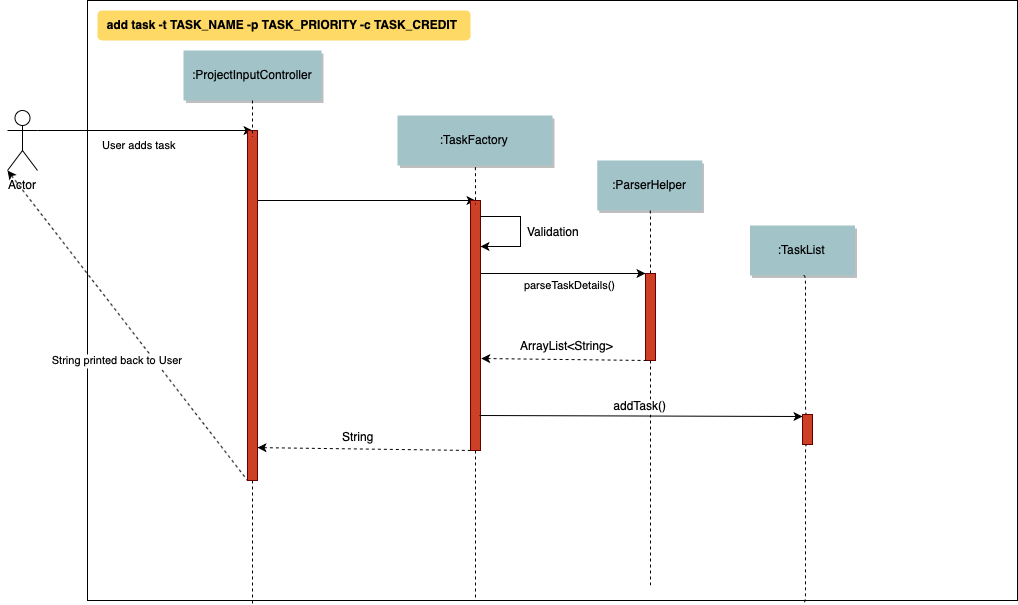
This is docs/images/sequenceDiagram/CreateTask_Sequence.png from nusCS2113-AY1920S1/PersonalAssistant-Duke, a draw.io export, as it was before one commit. Source tidied: cells renumbered, new cells last; positions are measured from the earlier drawing's top-left corner, leaving out a move shared by most shapes. The source it was exported from:
```xml
<mxGraphModel background="#ffffff">
  <root>
    <mxCell id="0" />
    <mxCell id="1" parent="0" />
    <mxCell id="2" parent="1" vertex="1">
      <mxGeometry x="80" width="930" height="600" as="geometry" />
    </mxCell>
    <mxCell id="3" value=":ProjectInputController" style="shadow=1;fillColor=#A2C4C9;strokeColor=none;" parent="1" vertex="1">
      <mxGeometry x="176" y="50" width="138" height="50" as="geometry" />
    </mxCell>
    <mxCell id="4" value=":TaskFactory" style="shadow=1;fillColor=#A2C4C9;strokeColor=none;" parent="1" vertex="1">
      <mxGeometry x="390" y="115" width="155" height="50" as="geometry" />
    </mxCell>
    <mxCell id="5" style="edgeStyle=none;verticalLabelPosition=top;verticalAlign=bottom;entryX=0.5;entryY=0;entryDx=0;entryDy=0;" parent="1" edge="1" target="25">
      <mxGeometry y="710" as="geometry">
        <mxPoint x="250" y="200" as="sourcePoint" />
        <mxPoint x="3" y="20" as="offset" />
      </mxGeometry>
    </mxCell>
    <mxCell id="6" style="edgeStyle=none;verticalLabelPosition=top;verticalAlign=bottom;endArrow=none;startArrow=classic;dashed=1;exitX=1;exitY=0.906;exitDx=0;exitDy=0;exitPerimeter=0;" parent="1" edge="1" source="22">
      <mxGeometry x="220" y="984.3" as="geometry">
        <mxPoint x="466" y="450" as="targetPoint" />
      </mxGeometry>
    </mxCell>
    <mxCell id="7" value="String" style="text;html=1;align=center;verticalAlign=middle;labelBackgroundColor=#ffffff;" parent="6" vertex="1">
      <mxGeometry relative="1" as="geometry">
        <mxPoint x="-8" y="-13.5" as="offset" />
      </mxGeometry>
    </mxCell>
    <mxCell id="8" value=":ParserHelper" style="shadow=1;fillColor=#A2C4C9;strokeColor=none;" parent="1" vertex="1">
      <mxGeometry x="589.8" y="160" width="105" height="50" as="geometry" />
    </mxCell>
    <mxCell id="9" value=":TaskList" style="shadow=1;fillColor=#A2C4C9;strokeColor=none;" parent="1" vertex="1">
      <mxGeometry x="742.5" y="225" width="105" height="50" as="geometry" />
    </mxCell>
    <mxCell id="10" value="add task -t TASK_NAME -p TASK_PRIORITY -c TASK_CREDIT" style="rounded=1;fontStyle=1;fillColor=#FFD966;strokeColor=none;" parent="1" vertex="1">
      <mxGeometry x="90" y="10" width="373" height="30" as="geometry" />
    </mxCell>
    <mxCell id="11" value="Actor" style="shape=umlActor;verticalLabelPosition=bottom;labelBackgroundColor=#ffffff;verticalAlign=top;html=1;outlineConnect=0;" parent="1" vertex="1">
      <mxGeometry y="110" width="30" height="60" as="geometry" />
    </mxCell>
    <mxCell id="12" value="User adds task" style="edgeStyle=none;verticalLabelPosition=top;verticalAlign=bottom;labelPosition=left;align=right;exitX=1;exitY=0.3333333333333333;exitDx=0;exitDy=0;exitPerimeter=0;" parent="1" edge="1" source="11">
      <mxGeometry y="710" as="geometry">
        <mxPoint x="245" y="130" as="targetPoint" />
        <mxPoint x="33" y="25" as="offset" />
      </mxGeometry>
    </mxCell>
    <mxCell id="13" style="edgeStyle=elbowEdgeStyle;elbow=horizontal;endArrow=none;dashed=1;exitX=0.5;exitY=1;exitDx=0;exitDy=0;entryX=0.177;entryY=1.005;entryDx=0;entryDy=0;entryPerimeter=0;" parent="1" edge="1" target="2">
      <mxGeometry x="230" y="1560" as="geometry">
        <mxPoint x="245" y="480" as="sourcePoint" />
      </mxGeometry>
    </mxCell>
    <mxCell id="14" style="edgeStyle=elbowEdgeStyle;elbow=horizontal;endArrow=none;dashed=1;exitX=0.5;exitY=1;exitDx=0;exitDy=0;" parent="1" edge="1" source="25" target="2">
      <mxGeometry x="452" y="1520" as="geometry" />
    </mxCell>
    <mxCell id="15" style="edgeStyle=elbowEdgeStyle;elbow=horizontal;endArrow=none;dashed=1;exitX=0.5;exitY=1;exitDx=0;exitDy=0;" parent="1" edge="1" source="26" target="2">
      <mxGeometry x="462" y="1530" as="geometry">
        <Array as="points">
          <mxPoint x="642" y="460" />
        </Array>
      </mxGeometry>
    </mxCell>
    <mxCell id="16" style="edgeStyle=elbowEdgeStyle;elbow=horizontal;endArrow=none;dashed=1;exitX=0.5;exitY=1;exitDx=0;exitDy=0;entryX=0.769;entryY=1.004;entryDx=0;entryDy=0;entryPerimeter=0;" parent="1" edge="1" source="19" target="2">
      <mxGeometry x="472" y="1540" as="geometry" />
    </mxCell>
    <mxCell id="17" value="String printed back to User" style="edgeStyle=none;verticalLabelPosition=top;verticalAlign=bottom;endArrow=none;startArrow=classic;dashed=1;entryX=-0.3;entryY=0.939;entryDx=0;entryDy=0;entryPerimeter=0;exitX=0;exitY=1;exitDx=0;exitDy=0;exitPerimeter=0;" parent="1" edge="1" source="11">
      <mxGeometry y="710" as="geometry">
        <mxPoint x="240" y="479.9" as="targetPoint" />
        <mxPoint x="-10" y="45" as="offset" />
      </mxGeometry>
    </mxCell>
    <mxCell id="18" style="edgeStyle=elbowEdgeStyle;rounded=1;jettySize=auto;html=1;exitX=0.5;exitY=0;exitDx=0;exitDy=0;entryX=0.5;entryY=1;entryDx=0;entryDy=0;endArrow=none;endFill=0;dashed=1;" parent="1" edge="1" source="19" target="9">
      <mxGeometry relative="1" as="geometry" />
    </mxCell>
    <mxCell id="19" style="fillColor=#CC4125;strokeColor=#660000;" parent="1" vertex="1">
      <mxGeometry x="795" y="414" width="10" height="30" as="geometry" />
    </mxCell>
    <mxCell id="20" style="edgeStyle=elbowEdgeStyle;rounded=1;jettySize=auto;html=1;exitX=0.5;exitY=0;exitDx=0;exitDy=0;entryX=0.5;entryY=1;entryDx=0;entryDy=0;endArrow=none;endFill=0;dashed=1;" parent="1" edge="1" source="26" target="8">
      <mxGeometry relative="1" as="geometry" />
    </mxCell>
    <mxCell id="21" style="edgeStyle=elbowEdgeStyle;rounded=1;jettySize=auto;html=1;exitX=1;exitY=0.75;exitDx=0;exitDy=0;dashed=1;endArrow=none;endFill=0;" parent="1" edge="1" source="22" target="2">
      <mxGeometry relative="1" as="geometry" />
    </mxCell>
    <mxCell id="22" style="fillColor=#CC4125;strokeColor=#660000;" parent="1" vertex="1">
      <mxGeometry x="240" y="130" width="10" height="350" as="geometry" />
    </mxCell>
    <mxCell id="23" style="edgeStyle=orthogonalEdgeStyle;rounded=0;jettySize=auto;html=1;exitX=0.94;exitY=0.298;exitDx=0;exitDy=0;entryX=-0.04;entryY=0.003;entryDx=0;entryDy=0;entryPerimeter=0;exitPerimeter=0;" parent="1" edge="1" source="25" target="26">
      <mxGeometry relative="1" as="geometry">
        <Array as="points">
          <mxPoint x="472" y="273" />
          <mxPoint x="556" y="273" />
        </Array>
      </mxGeometry>
    </mxCell>
    <mxCell id="24" value="&lt;span style=&quot;font-size: 11px&quot;&gt;parseTaskDetails()&lt;/span&gt;" style="text;html=1;align=center;verticalAlign=middle;labelBackgroundColor=#ffffff;" parent="23" vertex="1">
      <mxGeometry x="0.6" y="-2" relative="1" as="geometry">
        <mxPoint x="-42" y="8" as="offset" />
      </mxGeometry>
    </mxCell>
    <mxCell id="25" style="fillColor=#CC4125;strokeColor=#660000;" parent="1" vertex="1">
      <mxGeometry x="463" y="200" width="10" height="250" as="geometry" />
    </mxCell>
    <mxCell id="26" style="fillColor=#CC4125;strokeColor=#660000;" parent="1" vertex="1">
      <mxGeometry x="638" y="273" width="10" height="87" as="geometry" />
    </mxCell>
    <mxCell id="27" style="edgeStyle=none;verticalLabelPosition=top;verticalAlign=bottom;endArrow=none;startArrow=classic;dashed=1;entryX=0.25;entryY=1;entryDx=0;entryDy=0;exitX=1.072;exitY=0.632;exitDx=0;exitDy=0;exitPerimeter=0;" parent="1" edge="1" source="25" target="26">
      <mxGeometry x="324.5" y="1183.8" as="geometry" />
    </mxCell>
    <mxCell id="28" style="edgeStyle=elbowEdgeStyle;elbow=horizontal;endArrow=none;dashed=1;exitX=0.5;exitY=1;exitDx=0;exitDy=0;" parent="1" edge="1">
      <mxGeometry x="230" y="1180" as="geometry">
        <mxPoint x="245" y="100" as="sourcePoint" />
        <mxPoint x="245" y="136.5" as="targetPoint" />
      </mxGeometry>
    </mxCell>
    <mxCell id="29" style="edgeStyle=elbowEdgeStyle;elbow=horizontal;endArrow=none;dashed=1;exitX=0.5;exitY=1;exitDx=0;exitDy=0;" parent="1" edge="1">
      <mxGeometry x="452.5" y="1247" as="geometry">
        <mxPoint x="467.5" y="167" as="sourcePoint" />
        <mxPoint x="467.5" y="203.5" as="targetPoint" />
      </mxGeometry>
    </mxCell>
    <mxCell id="30" value="ArrayList&amp;lt;String&amp;gt;" style="text;html=1;align=center;verticalAlign=middle;labelBackgroundColor=#ffffff;" parent="1" vertex="1">
      <mxGeometry x="600.5" y="336" as="geometry">
        <mxPoint x="-42" y="8" as="offset" />
      </mxGeometry>
    </mxCell>
    <mxCell id="31" value="addTask()" style="edgeStyle=none;verticalLabelPosition=top;verticalAlign=bottom;entryX=0;entryY=0.067;entryDx=0;entryDy=0;entryPerimeter=0;exitX=0.9;exitY=0.86;exitDx=0;exitDy=0;exitPerimeter=0;fontSize=12;" parent="1" edge="1" source="25" target="19">
      <mxGeometry x="273.5" y="1133" as="geometry" />
    </mxCell>
    <mxCell id="32" style="endArrow=classic;html=1;rounded=0;" parent="1" edge="1">
      <mxGeometry relative="1" as="geometry">
        <mxPoint x="473" y="216" as="sourcePoint" />
        <mxPoint x="473" y="246" as="targetPoint" />
        <Array as="points">
          <mxPoint x="493" y="216" />
          <mxPoint x="513" y="216" />
          <mxPoint x="513" y="246" />
        </Array>
      </mxGeometry>
    </mxCell>
    <mxCell id="33" value="Validation" style="text;html=1;align=center;verticalAlign=middle;labelBackgroundColor=#ffffff;" parent="32" vertex="1">
      <mxGeometry x="-0.04" relative="1" as="geometry">
        <mxPoint x="32" y="1" as="offset" />
      </mxGeometry>
    </mxCell>
  </root>
</mxGraphModel>
```
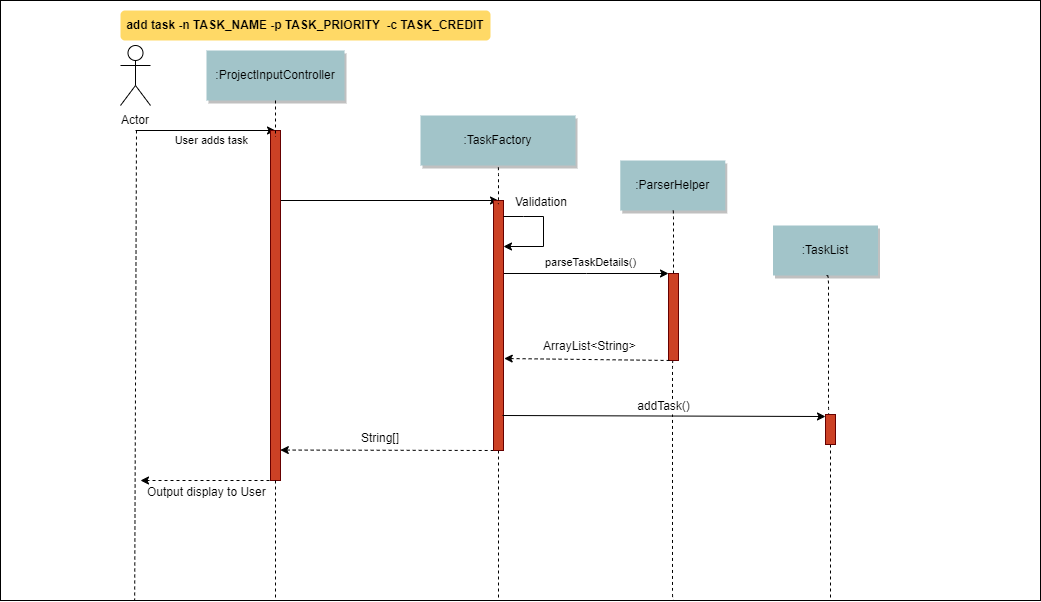
The same file after the commit.

Commit message:
Update Task and Member Sequence Diagrams

What changed in the source:
```diff
@@ -3,7 +3,7 @@
     <mxCell id="0" />
     <mxCell id="1" parent="0" />
     <mxCell id="2" parent="1" vertex="1">
-      <mxGeometry x="80" width="930" height="600" as="geometry" />
+      <mxGeometry x="-30" width="1040" height="600" as="geometry" />
     </mxCell>
     <mxCell id="3" value=":ProjectInputController" style="shadow=1;fillColor=#A2C4C9;strokeColor=none;" parent="1" vertex="1">
       <mxGeometry x="176" y="50" width="138" height="50" as="geometry" />
@@ -12,17 +12,17 @@
       <mxGeometry x="390" y="115" width="155" height="50" as="geometry" />
     </mxCell>
     <mxCell id="5" style="edgeStyle=none;verticalLabelPosition=top;verticalAlign=bottom;entryX=0.5;entryY=0;entryDx=0;entryDy=0;" parent="1" edge="1" target="25">
-      <mxGeometry y="710" as="geometry">
+      <mxGeometry x="-10" y="310" as="geometry">
         <mxPoint x="250" y="200" as="sourcePoint" />
         <mxPoint x="3" y="20" as="offset" />
       </mxGeometry>
     </mxCell>
-    <mxCell id="6" style="edgeStyle=none;verticalLabelPosition=top;verticalAlign=bottom;endArrow=none;startArrow=classic;dashed=1;exitX=1;exitY=0.906;exitDx=0;exitDy=0;exitPerimeter=0;" parent="1" edge="1" source="22">
-      <mxGeometry x="220" y="984.3" as="geometry">
+    <mxCell id="6" style="edgeStyle=none;verticalLabelPosition=top;verticalAlign=bottom;endArrow=none;startArrow=classic;dashed=1;exitX=0.981;exitY=0.913;exitDx=0;exitDy=0;exitPerimeter=0;" parent="1" edge="1" source="22">
+      <mxGeometry x="210" y="584.3" as="geometry">
         <mxPoint x="466" y="450" as="targetPoint" />
       </mxGeometry>
     </mxCell>
-    <mxCell id="7" value="String" style="text;html=1;align=center;verticalAlign=middle;labelBackgroundColor=#ffffff;" parent="6" vertex="1">
+    <mxCell id="7" value="String[]" style="text;html=1;align=center;verticalAlign=middle;labelBackgroundColor=#ffffff;" parent="6" vertex="1">
       <mxGeometry relative="1" as="geometry">
         <mxPoint x="-8" y="-13.5" as="offset" />
       </mxGeometry>
@@ -33,39 +33,41 @@
     <mxCell id="9" value=":TaskList" style="shadow=1;fillColor=#A2C4C9;strokeColor=none;" parent="1" vertex="1">
       <mxGeometry x="742.5" y="225" width="105" height="50" as="geometry" />
     </mxCell>
-    <mxCell id="10" value="add task -t TASK_NAME -p TASK_PRIORITY -c TASK_CREDIT" style="rounded=1;fontStyle=1;fillColor=#FFD966;strokeColor=none;" parent="1" vertex="1">
-      <mxGeometry x="90" y="10" width="373" height="30" as="geometry" />
+    <mxCell id="10" value="add task -n TASK_NAME -p TASK_PRIORITY  -c TASK_CREDIT" style="rounded=1;fontStyle=1;fillColor=#FFD966;strokeColor=none;" parent="1" vertex="1">
+      <mxGeometry x="90" y="10" width="370" height="30" as="geometry" />
     </mxCell>
     <mxCell id="11" value="Actor" style="shape=umlActor;verticalLabelPosition=bottom;labelBackgroundColor=#ffffff;verticalAlign=top;html=1;outlineConnect=0;" parent="1" vertex="1">
-      <mxGeometry y="110" width="30" height="60" as="geometry" />
+      <mxGeometry x="90" y="45" width="30" height="60" as="geometry" />
     </mxCell>
-    <mxCell id="12" value="User adds task" style="edgeStyle=none;verticalLabelPosition=top;verticalAlign=bottom;labelPosition=left;align=right;exitX=1;exitY=0.3333333333333333;exitDx=0;exitDy=0;exitPerimeter=0;" parent="1" edge="1" source="11">
-      <mxGeometry y="710" as="geometry">
+    <mxCell id="12" value="User adds task" style="edgeStyle=none;verticalLabelPosition=top;verticalAlign=bottom;labelPosition=left;align=right;" parent="1" edge="1">
+      <mxGeometry as="geometry">
+        <mxPoint x="105" y="130" as="sourcePoint" />
         <mxPoint x="245" y="130" as="targetPoint" />
-        <mxPoint x="33" y="25" as="offset" />
+        <mxPoint x="45" y="20" as="offset" />
       </mxGeometry>
     </mxCell>
-    <mxCell id="13" style="edgeStyle=elbowEdgeStyle;elbow=horizontal;endArrow=none;dashed=1;exitX=0.5;exitY=1;exitDx=0;exitDy=0;entryX=0.177;entryY=1.005;entryDx=0;entryDy=0;entryPerimeter=0;" parent="1" edge="1" target="2">
-      <mxGeometry x="230" y="1560" as="geometry">
-        <mxPoint x="245" y="480" as="sourcePoint" />
-      </mxGeometry>
-    </mxCell>
     <mxCell id="14" style="edgeStyle=elbowEdgeStyle;elbow=horizontal;endArrow=none;dashed=1;exitX=0.5;exitY=1;exitDx=0;exitDy=0;" parent="1" edge="1" source="25" target="2">
-      <mxGeometry x="452" y="1520" as="geometry" />
+      <mxGeometry x="442" y="1120" as="geometry" />
     </mxCell>
-    <mxCell id="15" style="edgeStyle=elbowEdgeStyle;elbow=horizontal;endArrow=none;dashed=1;exitX=0.5;exitY=1;exitDx=0;exitDy=0;" parent="1" edge="1" source="26" target="2">
-      <mxGeometry x="462" y="1530" as="geometry">
+    <mxCell id="15" style="edgeStyle=elbowEdgeStyle;elbow=horizontal;endArrow=none;dashed=1;exitX=0.5;exitY=1;exitDx=0;exitDy=0;" parent="1" edge="1" source="26">
+      <mxGeometry x="452" y="1130" as="geometry">
+        <mxPoint x="643" y="600" as="targetPoint" />
         <Array as="points">
           <mxPoint x="642" y="460" />
         </Array>
       </mxGeometry>
     </mxCell>
-    <mxCell id="16" style="edgeStyle=elbowEdgeStyle;elbow=horizontal;endArrow=none;dashed=1;exitX=0.5;exitY=1;exitDx=0;exitDy=0;entryX=0.769;entryY=1.004;entryDx=0;entryDy=0;entryPerimeter=0;" parent="1" edge="1" source="19" target="2">
-      <mxGeometry x="472" y="1540" as="geometry" />
+    <mxCell id="16" style="edgeStyle=elbowEdgeStyle;elbow=horizontal;endArrow=none;dashed=1;exitX=0.5;exitY=1;exitDx=0;exitDy=0;" parent="1" edge="1" source="19">
+      <mxGeometry x="462" y="1140" as="geometry">
+        <mxPoint x="800" y="600" as="targetPoint" />
+        <Array as="points">
+          <mxPoint x="800" y="530" />
+        </Array>
+      </mxGeometry>
     </mxCell>
-    <mxCell id="17" value="String printed back to User" style="edgeStyle=none;verticalLabelPosition=top;verticalAlign=bottom;endArrow=none;startArrow=classic;dashed=1;entryX=-0.3;entryY=0.939;entryDx=0;entryDy=0;entryPerimeter=0;exitX=0;exitY=1;exitDx=0;exitDy=0;exitPerimeter=0;" parent="1" edge="1" source="11">
-      <mxGeometry y="710" as="geometry">
-        <mxPoint x="240" y="479.9" as="targetPoint" />
+    <mxCell id="17" style="edgeStyle=none;verticalLabelPosition=top;verticalAlign=bottom;endArrow=none;startArrow=none;dashed=1;entryX=0.129;entryY=1;entryDx=0;entryDy=0;entryPerimeter=0;startFill=0;" parent="1" edge="1" target="2">
+      <mxGeometry x="-10" y="310" as="geometry">
+        <mxPoint x="106" y="130" as="sourcePoint" />
         <mxPoint x="-10" y="45" as="offset" />
       </mxGeometry>
     </mxCell>
@@ -78,9 +80,19 @@
     <mxCell id="20" style="edgeStyle=elbowEdgeStyle;rounded=1;jettySize=auto;html=1;exitX=0.5;exitY=0;exitDx=0;exitDy=0;entryX=0.5;entryY=1;entryDx=0;entryDy=0;endArrow=none;endFill=0;dashed=1;" parent="1" edge="1" source="26" target="8">
       <mxGeometry relative="1" as="geometry" />
     </mxCell>
-    <mxCell id="21" style="edgeStyle=elbowEdgeStyle;rounded=1;jettySize=auto;html=1;exitX=1;exitY=0.75;exitDx=0;exitDy=0;dashed=1;endArrow=none;endFill=0;" parent="1" edge="1" source="22" target="2">
-      <mxGeometry relative="1" as="geometry" />
-    </mxCell>
+    <mxCell id="34" style="edgeStyle=orthogonalEdgeStyle;rounded=0;jettySize=auto;html=1;exitX=0.5;exitY=1;exitDx=0;exitDy=0;startArrow=none;startFill=0;dashed=1;" parent="1" edge="1" source="22">
+      <mxGeometry relative="1" as="geometry">
+        <mxPoint x="110" y="480" as="targetPoint" />
+        <Array as="points">
+          <mxPoint x="120" y="480" />
+        </Array>
+      </mxGeometry>
+    </mxCell>
+    <mxCell id="35" value="Output display to User" style="text;html=1;align=center;verticalAlign=middle;labelBackgroundColor=#ffffff;" parent="34" vertex="1">
+      <mxGeometry x="0.06" relative="1" as="geometry">
+        <mxPoint x="2.5" y="10" as="offset" />
+      </mxGeometry>
+    </mxCell>
     <mxCell id="22" style="fillColor=#CC4125;strokeColor=#660000;" parent="1" vertex="1">
       <mxGeometry x="240" y="130" width="10" height="350" as="geometry" />
     </mxCell>
@@ -94,7 +106,7 @@
     </mxCell>
     <mxCell id="24" value="&lt;span style=&quot;font-size: 11px&quot;&gt;parseTaskDetails()&lt;/span&gt;" style="text;html=1;align=center;verticalAlign=middle;labelBackgroundColor=#ffffff;" parent="23" vertex="1">
       <mxGeometry x="0.6" y="-2" relative="1" as="geometry">
-        <mxPoint x="-42" y="8" as="offset" />
+        <mxPoint x="-44" y="-15" as="offset" />
       </mxGeometry>
     </mxCell>
     <mxCell id="25" style="fillColor=#CC4125;strokeColor=#660000;" parent="1" vertex="1">
@@ -104,16 +116,16 @@
       <mxGeometry x="638" y="273" width="10" height="87" as="geometry" />
     </mxCell>
     <mxCell id="27" style="edgeStyle=none;verticalLabelPosition=top;verticalAlign=bottom;endArrow=none;startArrow=classic;dashed=1;entryX=0.25;entryY=1;entryDx=0;entryDy=0;exitX=1.072;exitY=0.632;exitDx=0;exitDy=0;exitPerimeter=0;" parent="1" edge="1" source="25" target="26">
-      <mxGeometry x="324.5" y="1183.8" as="geometry" />
+      <mxGeometry x="314.5" y="783.8" as="geometry" />
     </mxCell>
     <mxCell id="28" style="edgeStyle=elbowEdgeStyle;elbow=horizontal;endArrow=none;dashed=1;exitX=0.5;exitY=1;exitDx=0;exitDy=0;" parent="1" edge="1">
-      <mxGeometry x="230" y="1180" as="geometry">
+      <mxGeometry x="220" y="780" as="geometry">
         <mxPoint x="245" y="100" as="sourcePoint" />
         <mxPoint x="245" y="136.5" as="targetPoint" />
       </mxGeometry>
     </mxCell>
     <mxCell id="29" style="edgeStyle=elbowEdgeStyle;elbow=horizontal;endArrow=none;dashed=1;exitX=0.5;exitY=1;exitDx=0;exitDy=0;" parent="1" edge="1">
-      <mxGeometry x="452.5" y="1247" as="geometry">
+      <mxGeometry x="442.5" y="847" as="geometry">
         <mxPoint x="467.5" y="167" as="sourcePoint" />
         <mxPoint x="467.5" y="203.5" as="targetPoint" />
       </mxGeometry>
@@ -124,7 +136,7 @@
       </mxGeometry>
     </mxCell>
     <mxCell id="31" value="addTask()" style="edgeStyle=none;verticalLabelPosition=top;verticalAlign=bottom;entryX=0;entryY=0.067;entryDx=0;entryDy=0;entryPerimeter=0;exitX=0.9;exitY=0.86;exitDx=0;exitDy=0;exitPerimeter=0;fontSize=12;" parent="1" edge="1" source="25" target="19">
-      <mxGeometry x="273.5" y="1133" as="geometry" />
+      <mxGeometry x="263.5" y="733" as="geometry" />
     </mxCell>
     <mxCell id="32" style="endArrow=classic;html=1;rounded=0;" parent="1" edge="1">
       <mxGeometry relative="1" as="geometry">
@@ -139,8 +151,13 @@
     </mxCell>
     <mxCell id="33" value="Validation" style="text;html=1;align=center;verticalAlign=middle;labelBackgroundColor=#ffffff;" parent="32" vertex="1">
       <mxGeometry x="-0.04" relative="1" as="geometry">
-        <mxPoint x="32" y="1" as="offset" />
+        <mxPoint x="-3" y="-29" as="offset" />
       </mxGeometry>
     </mxCell>
+    <mxCell id="36" style="endArrow=none;dashed=1;html=1;exitX=0.5;exitY=1;exitDx=0;exitDy=0;" parent="1" edge="1" source="22">
+      <mxGeometry relative="1" as="geometry">
+        <mxPoint x="245" y="600" as="targetPoint" />
+      </mxGeometry>
+    </mxCell>
   </root>
 </mxGraphModel>
```
